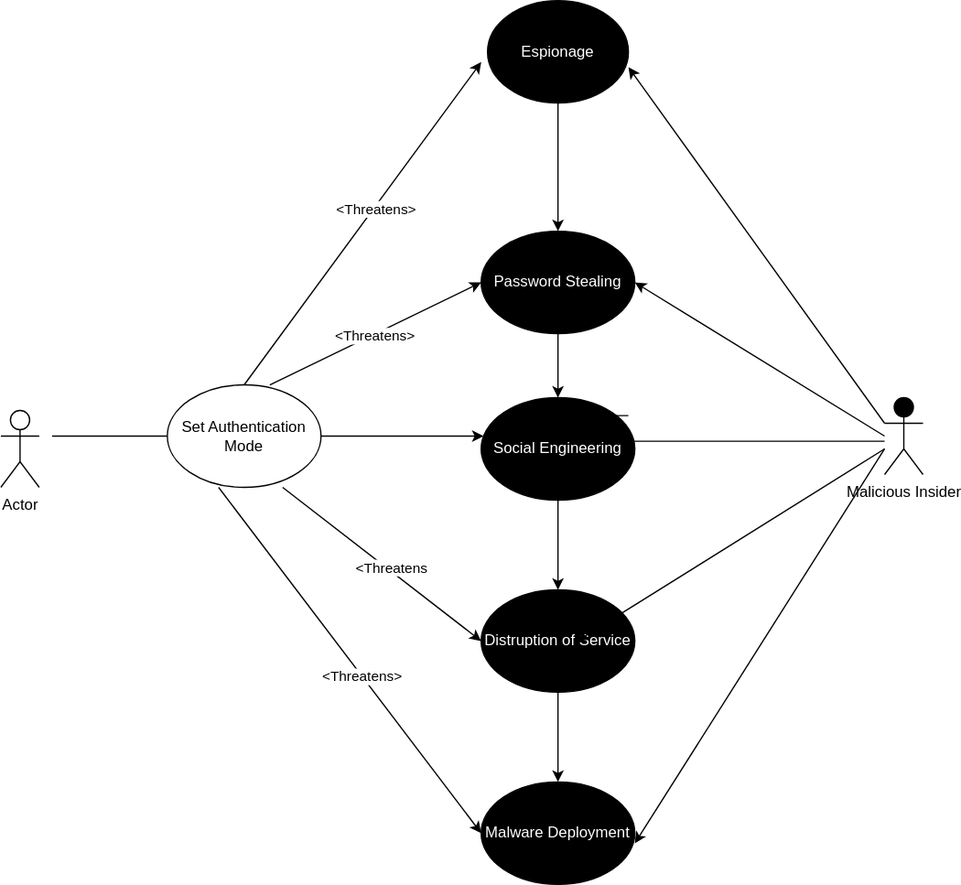
Before: images/ADD - Misuse Case.svg, a diagram exported from draw.io (bartelsjoshuac/SAPG). Source tidied: cells renumbered, new cells last; positions are measured from the earlier drawing's top-left corner, leaving out a move shared by most shapes.
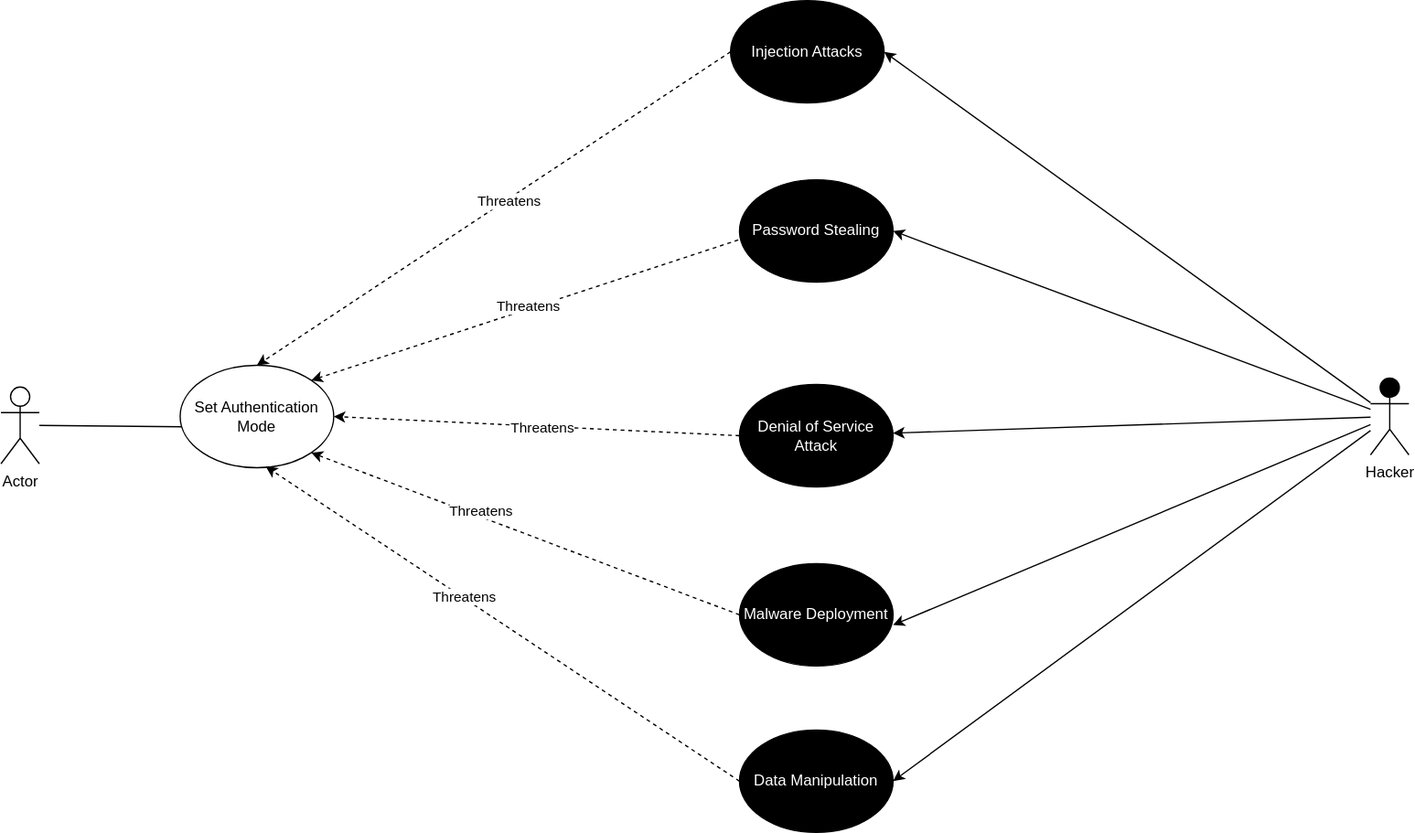
The same diagram one commit later.

Change to the diagram source:
```diff
@@ -3,114 +3,80 @@
     <mxCell id="0" />
     <mxCell id="1" parent="0" />
     <mxCell id="2" value="Actor" style="shape=umlActor;verticalLabelPosition=bottom;verticalAlign=top;html=1;fillColor=#FFFFFF;" parent="1" vertex="1">
-      <mxGeometry y="320" width="30" height="60" as="geometry" />
+      <mxGeometry x="10" y="310" width="30" height="60" as="geometry" />
     </mxCell>
-    <mxCell id="3" style="endArrow=none;html=1;" parent="1" edge="1">
-      <mxGeometry relative="1" as="geometry">
-        <mxPoint x="40" y="340" as="sourcePoint" />
-        <mxPoint x="130" y="340" as="targetPoint" />
-      </mxGeometry>
-    </mxCell>
-    <mxCell id="4" style="edgeStyle=orthogonalEdgeStyle;rounded=0;jettySize=auto;html=1;" parent="1" edge="1" source="5" target="15">
-      <mxGeometry relative="1" as="geometry">
-        <Array as="points">
-          <mxPoint x="290" y="340" />
-          <mxPoint x="290" y="340" />
-        </Array>
-      </mxGeometry>
-    </mxCell>
+    <mxCell id="29" style="endArrow=none;html=1;entryX=0.017;entryY=0.6;entryDx=0;entryDy=0;entryPerimeter=0;" parent="1" edge="1" target="5">
+      <mxGeometry relative="1" as="geometry">
+        <mxPoint x="40" y="340" as="sourcePoint" />
+      </mxGeometry>
+    </mxCell>
     <mxCell id="5" value="Set Authentication Mode" style="ellipse;whiteSpace=wrap;html=1;fillColor=#FFFFFF;" parent="1" vertex="1">
-      <mxGeometry x="130" y="300" width="120" height="80" as="geometry" />
+      <mxGeometry x="150" y="293" width="120" height="80" as="geometry" />
     </mxCell>
-    <mxCell id="6" style="edgeStyle=orthogonalEdgeStyle;rounded=0;jettySize=auto;html=1;" parent="1" edge="1" source="7" target="16">
-      <mxGeometry relative="1" as="geometry" />
-    </mxCell>
-    <mxCell id="7" value="&lt;font color=&quot;#ffffff&quot;&gt;Distruption of Service&lt;/font&gt;" style="ellipse;whiteSpace=wrap;html=1;fillColor=#000000;" parent="1" vertex="1">
-      <mxGeometry x="375" y="460" width="120" height="80" as="geometry" />
-    </mxCell>
-    <mxCell id="8" style="edgeStyle=orthogonalEdgeStyle;rounded=0;jettySize=auto;html=1;" parent="1" edge="1" source="9" target="13">
-      <mxGeometry relative="1" as="geometry" />
-    </mxCell>
-    <mxCell id="9" value="&lt;font color=&quot;#ffffff&quot;&gt;Espionage&lt;/font&gt;" style="ellipse;whiteSpace=wrap;html=1;fillColor=#000000;" parent="1" vertex="1">
-      <mxGeometry x="380" width="110" height="80" as="geometry" />
-    </mxCell>
-    <mxCell id="10" style="edgeStyle=orthogonalEdgeStyle;rounded=0;jettySize=auto;html=1;entryX=0.958;entryY=0.175;entryDx=0;entryDy=0;endArrow=none;endFill=0;entryPerimeter=0;" parent="1" edge="1" source="11" target="15">
-      <mxGeometry relative="1" as="geometry">
-        <Array as="points">
-          <mxPoint x="445" y="344" />
-        </Array>
-      </mxGeometry>
-    </mxCell>
-    <mxCell id="11" value="Malicious Insider" style="shape=umlActor;verticalLabelPosition=bottom;verticalAlign=top;html=1;outlineConnect=0;fillColor=#000000;" parent="1" vertex="1">
-      <mxGeometry x="690" y="310" width="30" height="60" as="geometry" />
-    </mxCell>
-    <mxCell id="12" style="edgeStyle=orthogonalEdgeStyle;rounded=0;jettySize=auto;html=1;" parent="1" edge="1" source="13" target="15">
-      <mxGeometry relative="1" as="geometry" />
-    </mxCell>
+    <mxCell id="30" value="&lt;font color=&quot;#ffffff&quot;&gt;Denial&amp;nbsp;of Service Attack&lt;/font&gt;" style="ellipse;whiteSpace=wrap;html=1;fillColor=#000000;" parent="1" vertex="1">
+      <mxGeometry x="587" y="308" width="120" height="80" as="geometry" />
+    </mxCell>
+    <mxCell id="31" value="Hacker" style="shape=umlActor;verticalLabelPosition=bottom;verticalAlign=top;html=1;outlineConnect=0;fillColor=#000000;" parent="1" vertex="1">
+      <mxGeometry x="1080" y="303" width="30" height="60" as="geometry" />
+    </mxCell>
     <mxCell id="13" value="&lt;font color=&quot;#ffffff&quot;&gt;Password Stealing&lt;/font&gt;" style="ellipse;whiteSpace=wrap;html=1;strokeColor=#000000;fillColor=#000000;" parent="1" vertex="1">
-      <mxGeometry x="375" y="180" width="120" height="80" as="geometry" />
+      <mxGeometry x="587" y="148" width="120" height="80" as="geometry" />
     </mxCell>
-    <mxCell id="14" style="edgeStyle=orthogonalEdgeStyle;rounded=0;jettySize=auto;html=1;" parent="1" edge="1" source="15" target="7">
-      <mxGeometry relative="1" as="geometry" />
-    </mxCell>
-    <mxCell id="15" value="&lt;font color=&quot;#ffffff&quot;&gt;Social Engineering&lt;/font&gt;" style="ellipse;whiteSpace=wrap;html=1;strokeColor=#000000;fillColor=#000000;" parent="1" vertex="1">
-      <mxGeometry x="375" y="310" width="120" height="80" as="geometry" />
-    </mxCell>
     <mxCell id="16" value="&lt;font color=&quot;#ffffff&quot;&gt;Malware Deployment&lt;/font&gt;" style="ellipse;whiteSpace=wrap;html=1;fillColor=#000000;" parent="1" vertex="1">
-      <mxGeometry x="375" y="610" width="120" height="80" as="geometry" />
+      <mxGeometry x="587" y="448" width="120" height="80" as="geometry" />
     </mxCell>
-    <mxCell id="17" style="endArrow=classic;html=1;rounded=0;entryX=0;entryY=0.5;entryDx=0;entryDy=0;" parent="1" edge="1" target="13">
-      <mxGeometry relative="1" as="geometry">
-        <mxPoint x="210" y="300" as="sourcePoint" />
-      </mxGeometry>
-    </mxCell>
-    <mxCell id="18" value="&amp;lt;Threatens&amp;gt;" style="edgeLabel;html=1;align=center;verticalAlign=middle;" parent="17" vertex="1">
-      <mxGeometry x="-0.01" y="-2" relative="1" as="geometry">
-        <mxPoint y="-1" as="offset" />
-      </mxGeometry>
-    </mxCell>
-    <mxCell id="19" style="endArrow=classic;html=1;rounded=0;entryX=0;entryY=0.5;entryDx=0;entryDy=0;" parent="1" edge="1" target="7">
-      <mxGeometry relative="1" as="geometry">
-        <mxPoint x="220" y="380" as="sourcePoint" />
-      </mxGeometry>
-    </mxCell>
-    <mxCell id="20" value="&amp;lt;Threatens" style="edgeLabel;html=1;align=center;verticalAlign=middle;" parent="19" vertex="1">
-      <mxGeometry x="0.07" y="2" relative="1" as="geometry" />
-    </mxCell>
-    <mxCell id="21" style="endArrow=classic;html=1;rounded=0;entryX=0;entryY=0.5;entryDx=0;entryDy=0;" parent="1" edge="1" target="16">
-      <mxGeometry relative="1" as="geometry">
-        <mxPoint x="170" y="380" as="sourcePoint" />
-      </mxGeometry>
-    </mxCell>
-    <mxCell id="22" value="&amp;lt;Threatens&amp;gt;" style="edgeLabel;html=1;align=center;verticalAlign=middle;" parent="21" vertex="1">
-      <mxGeometry x="0.09" y="-1" relative="1" as="geometry" />
-    </mxCell>
-    <mxCell id="23" style="endArrow=classic;html=1;rounded=0;entryX=1;entryY=0.65;entryDx=0;entryDy=0;entryPerimeter=0;exitX=0;exitY=0.3333333333333333;exitDx=0;exitDy=0;exitPerimeter=0;" parent="1" edge="1" source="11" target="9">
-      <mxGeometry relative="1" as="geometry" />
-    </mxCell>
-    <mxCell id="24" style="endArrow=classic;html=1;rounded=0;entryX=1;entryY=0.5;entryDx=0;entryDy=0;" parent="1" edge="1" target="13">
-      <mxGeometry relative="1" as="geometry">
-        <mxPoint x="690" y="340" as="sourcePoint" />
-      </mxGeometry>
-    </mxCell>
-    <mxCell id="25" style="endArrow=classic;html=1;rounded=0;" parent="1" edge="1">
-      <mxGeometry relative="1" as="geometry">
-        <mxPoint x="690" y="350" as="sourcePoint" />
-        <mxPoint x="450" y="500" as="targetPoint" />
-      </mxGeometry>
-    </mxCell>
-    <mxCell id="26" style="endArrow=classic;html=1;rounded=0;entryX=1;entryY=0.6;entryDx=0;entryDy=0;entryPerimeter=0;" parent="1" edge="1" target="16">
-      <mxGeometry relative="1" as="geometry">
-        <mxPoint x="690" y="350" as="sourcePoint" />
-      </mxGeometry>
-    </mxCell>
-    <mxCell id="27" style="endArrow=classic;html=1;rounded=0;entryX=-0.045;entryY=0.6;entryDx=0;entryDy=0;entryPerimeter=0;" parent="1" edge="1" target="9">
-      <mxGeometry relative="1" as="geometry">
-        <mxPoint x="190" y="300" as="sourcePoint" />
-      </mxGeometry>
-    </mxCell>
-    <mxCell id="28" value="&amp;lt;Threatens&amp;gt;" style="edgeLabel;html=1;align=center;verticalAlign=middle;" parent="27" vertex="1">
-      <mxGeometry x="0.09" y="-1" relative="1" as="geometry" />
-    </mxCell>
+    <mxCell id="32" style="endArrow=classic;html=1;rounded=0;entryX=1;entryY=0.5;entryDx=0;entryDy=0;" parent="1" edge="1" source="31" target="13">
+      <mxGeometry relative="1" as="geometry" />
+    </mxCell>
+    <mxCell id="33" style="endArrow=classic;html=1;rounded=0;entryX=1;entryY=0.6;entryDx=0;entryDy=0;entryPerimeter=0;" parent="1" edge="1" source="31" target="16">
+      <mxGeometry relative="1" as="geometry" />
+    </mxCell>
+    <mxCell id="34" style="endArrow=classic;html=1;rounded=0;" parent="1" edge="1" source="31" target="30">
+      <mxGeometry relative="1" as="geometry" />
+    </mxCell>
+    <mxCell id="35" style="endArrow=classic;html=1;rounded=0;exitX=-0.008;exitY=0.588;exitDx=0;exitDy=0;exitPerimeter=0;entryX=1;entryY=0;entryDx=0;entryDy=0;dashed=1;" parent="1" edge="1" source="13" target="5">
+      <mxGeometry relative="1" as="geometry" />
+    </mxCell>
+    <mxCell id="36" value="Threatens" style="edgeLabel;html=1;align=center;verticalAlign=middle;" parent="35" vertex="1">
+      <mxGeometry x="-0.01" y="-2" relative="1" as="geometry">
+        <mxPoint y="-1" as="offset" />
+      </mxGeometry>
+    </mxCell>
+    <mxCell id="37" style="endArrow=classic;html=1;rounded=0;exitX=0;exitY=0.5;exitDx=0;exitDy=0;entryX=1;entryY=0.5;entryDx=0;entryDy=0;dashed=1;" parent="1" edge="1" source="30" target="5">
+      <mxGeometry relative="1" as="geometry" />
+    </mxCell>
+    <mxCell id="38" value="Threatens" style="edgeLabel;html=1;align=center;verticalAlign=middle;" parent="37" vertex="1">
+      <mxGeometry x="-0.02" y="1" relative="1" as="geometry" />
+    </mxCell>
+    <mxCell id="39" style="endArrow=classic;html=1;rounded=0;exitX=0;exitY=0.5;exitDx=0;exitDy=0;entryX=1;entryY=1;entryDx=0;entryDy=0;dashed=1;" parent="1" edge="1" source="16" target="5">
+      <mxGeometry relative="1" as="geometry" />
+    </mxCell>
+    <mxCell id="40" value="Threatens" style="edgeLabel;html=1;align=center;verticalAlign=middle;" parent="39" vertex="1">
+      <mxGeometry x="0.22" y="-5" relative="1" as="geometry" />
+    </mxCell>
+    <mxCell id="41" value="&lt;font color=&quot;#ffffff&quot;&gt;Data Manipulation&lt;br&gt;&lt;/font&gt;" style="ellipse;whiteSpace=wrap;html=1;fillColor=#000000;" parent="1" vertex="1">
+      <mxGeometry x="587" y="578" width="120" height="80" as="geometry" />
+    </mxCell>
+    <mxCell id="42" value="&lt;font color=&quot;#ffffff&quot;&gt;Injection Attacks&lt;/font&gt;" style="ellipse;whiteSpace=wrap;html=1;fillColor=#000000;" parent="1" vertex="1">
+      <mxGeometry x="580" y="8" width="120" height="80" as="geometry" />
+    </mxCell>
+    <mxCell id="43" style="endArrow=classic;html=1;rounded=0;entryX=0.5;entryY=0;entryDx=0;entryDy=0;exitX=0;exitY=0.5;exitDx=0;exitDy=0;dashed=1;" parent="1" edge="1" source="42" target="5">
+      <mxGeometry relative="1" as="geometry" />
+    </mxCell>
+    <mxCell id="44" value="Threatens" style="edgeLabel;html=1;align=center;verticalAlign=middle;" parent="43" vertex="1">
+      <mxGeometry x="-0.06" y="1" relative="1" as="geometry" />
+    </mxCell>
+    <mxCell id="45" style="endArrow=classic;html=1;rounded=0;exitX=0;exitY=0.5;exitDx=0;exitDy=0;entryX=0.558;entryY=0.988;entryDx=0;entryDy=0;entryPerimeter=0;dashed=1;" parent="1" edge="1" source="41" target="5">
+      <mxGeometry relative="1" as="geometry" />
+    </mxCell>
+    <mxCell id="46" value="Threatens" style="edgeLabel;html=1;align=center;verticalAlign=middle;" parent="45" vertex="1">
+      <mxGeometry x="0.17" y="-1" relative="1" as="geometry" />
+    </mxCell>
+    <mxCell id="47" style="endArrow=classic;html=1;rounded=0;entryX=1;entryY=0.5;entryDx=0;entryDy=0;" parent="1" edge="1" source="31" target="42">
+      <mxGeometry relative="1" as="geometry" />
+    </mxCell>
+    <mxCell id="48" style="endArrow=classic;html=1;rounded=0;entryX=1;entryY=0.5;entryDx=0;entryDy=0;" parent="1" edge="1" source="31" target="41">
+      <mxGeometry relative="1" as="geometry" />
+    </mxCell>
   </root>
 </mxGraphModel>
```
